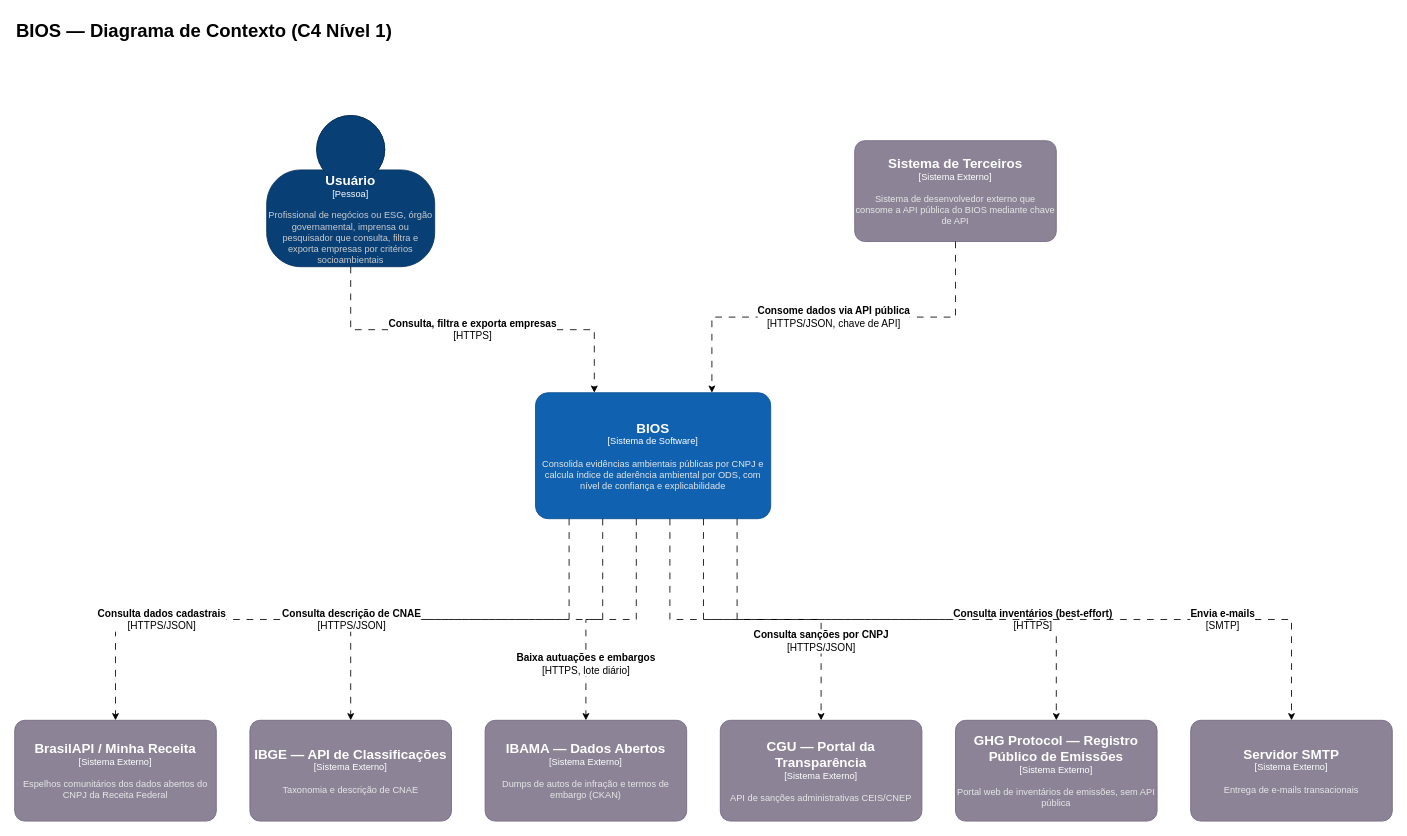
Earlier version of the draw.io diagram page "C4 - Nível 1 - Contexto" (1 of 2) of assets/diagrams/bios-c4-architecture.drawio (odavibatista/bios-docs). Source tidied: cells renumbered, new cells numbered last; positions are measured from the earlier drawing's top-left corner, leaving out a move shared by most shapes. Both pictures are drawn from the tidied source at 84%, with x=0, y=0 at pixel (14, 14).
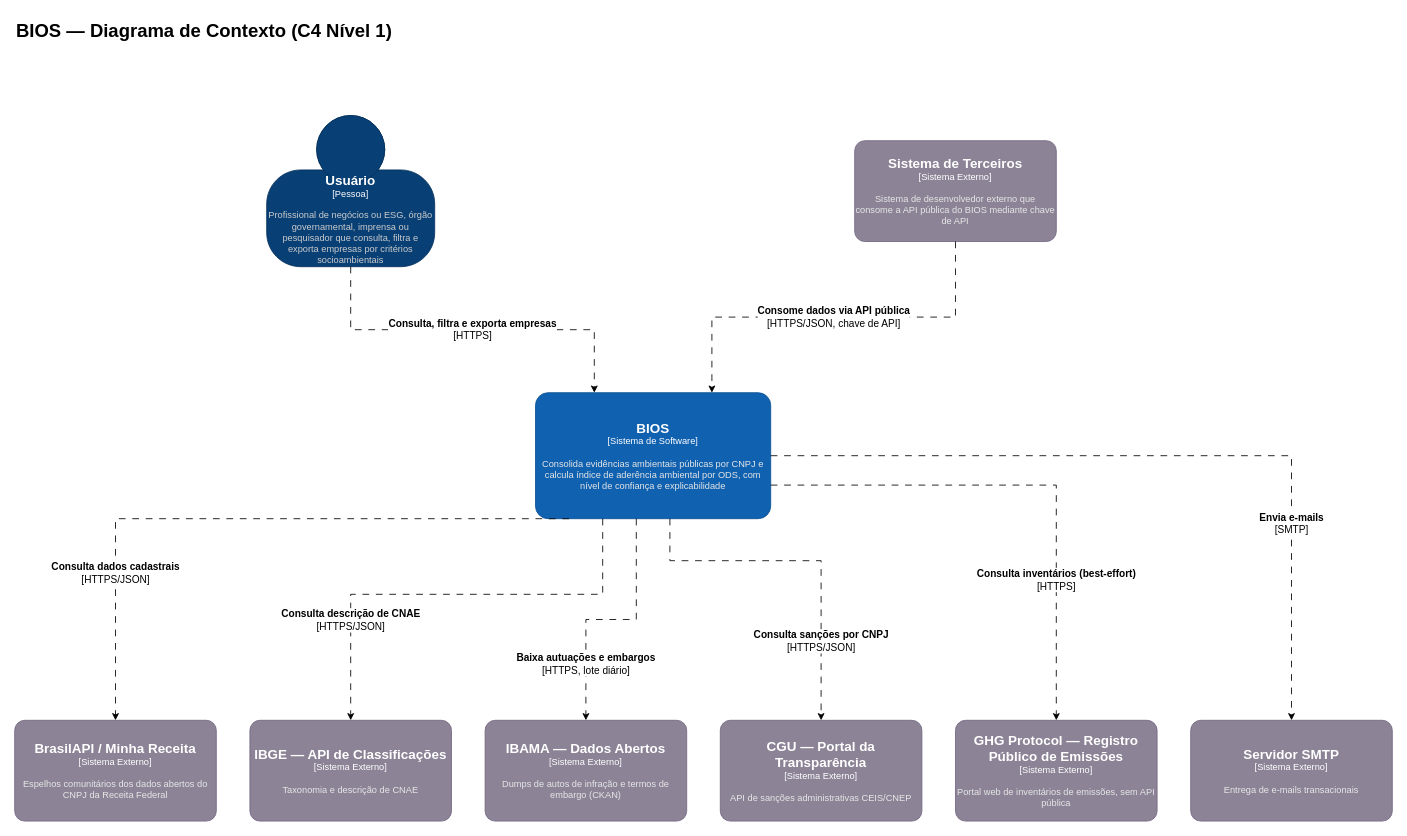
Above is the later version.

The change refers to these unchanged cells:
```xml
<object id="5" label="&lt;font style=&quot;font-size: 16px&quot;&gt;&lt;b&gt;%c4Name%&lt;/b&gt;&lt;/font&gt;&lt;div&gt;[%c4Type%]&lt;/div&gt;&lt;br&gt;&lt;div&gt;&lt;font style=&quot;font-size: 11px&quot;&gt;&lt;font color=&quot;#E6E6E6&quot;&gt;%c4Description%&lt;/font&gt;&lt;/div&gt;" c4Description="Consolida evidências ambientais públicas por CNPJ e calcula índice de aderência ambiental por ODS, com nível de confiança e explicabilidade" c4Name="BIOS" c4Type="Sistema de Software" placeholders="1">
  <mxCell style="rounded=1;whiteSpace=wrap;html=1;fontSize=11;labelBackgroundColor=none;fillColor=#1061B0;fontColor=#ffffff;align=center;arcSize=10;strokeColor=#0D5091;points=[[0.25,0,0],[0.5,0,0],[0.75,0,0],[1,0.25,0],[1,0.5,0],[1,0.75,0],[0.75,1,0],[0.5,1,0],[0.25,1,0],[0,0.75,0],[0,0.5,0],[0,0.25,0]];" parent="1" vertex="1">
    <mxGeometry x="620" y="450" width="280" height="150" as="geometry" />
  </mxCell>
</object>
<object id="6" label="&lt;font style=&quot;font-size: 16px&quot;&gt;&lt;b&gt;%c4Name%&lt;/b&gt;&lt;/font&gt;&lt;div&gt;[%c4Type%]&lt;/div&gt;&lt;br&gt;&lt;div&gt;&lt;font style=&quot;font-size: 11px&quot;&gt;&lt;font color=&quot;#E6E6E6&quot;&gt;%c4Description%&lt;/font&gt;&lt;/div&gt;" c4Description="Espelhos comunitários dos dados abertos do CNPJ da Receita Federal" c4Name="BrasilAPI / Minha Receita" c4Type="Sistema Externo" placeholders="1">
  <mxCell style="rounded=1;whiteSpace=wrap;html=1;fontSize=11;labelBackgroundColor=none;fillColor=#8C8496;fontColor=#ffffff;align=center;arcSize=10;strokeColor=#736782;points=[[0.25,0,0],[0.5,0,0],[0.75,0,0],[1,0.25,0],[1,0.5,0],[1,0.75,0],[0.75,1,0],[0.5,1,0],[0.25,1,0],[0,0.75,0],[0,0.5,0],[0,0.25,0]];" parent="1" vertex="1">
    <mxGeometry y="840" width="240" height="120" as="geometry" />
  </mxCell>
</object>
<object id="7" label="&lt;font style=&quot;font-size: 16px&quot;&gt;&lt;b&gt;%c4Name%&lt;/b&gt;&lt;/font&gt;&lt;div&gt;[%c4Type%]&lt;/div&gt;&lt;br&gt;&lt;div&gt;&lt;font style=&quot;font-size: 11px&quot;&gt;&lt;font color=&quot;#E6E6E6&quot;&gt;%c4Description%&lt;/font&gt;&lt;/div&gt;" c4Description="Taxonomia e descrição de CNAE" c4Name="IBGE — API de Classificações" c4Type="Sistema Externo" placeholders="1">
  <mxCell style="rounded=1;whiteSpace=wrap;html=1;fontSize=11;labelBackgroundColor=none;fillColor=#8C8496;fontColor=#ffffff;align=center;arcSize=10;strokeColor=#736782;points=[[0.25,0,0],[0.5,0,0],[0.75,0,0],[1,0.25,0],[1,0.5,0],[1,0.75,0],[0.75,1,0],[0.5,1,0],[0.25,1,0],[0,0.75,0],[0,0.5,0],[0,0.25,0]];" parent="1" vertex="1">
    <mxGeometry x="280" y="840" width="240" height="120" as="geometry" />
  </mxCell>
</object>
<object id="9" label="&lt;font style=&quot;font-size: 16px&quot;&gt;&lt;b&gt;%c4Name%&lt;/b&gt;&lt;/font&gt;&lt;div&gt;[%c4Type%]&lt;/div&gt;&lt;br&gt;&lt;div&gt;&lt;font style=&quot;font-size: 11px&quot;&gt;&lt;font color=&quot;#E6E6E6&quot;&gt;%c4Description%&lt;/font&gt;&lt;/div&gt;" c4Description="API de sanções administrativas CEIS/CNEP" c4Name="CGU — Portal da Transparência" c4Type="Sistema Externo" placeholders="1">
  <mxCell style="rounded=1;whiteSpace=wrap;html=1;fontSize=11;labelBackgroundColor=none;fillColor=#8C8496;fontColor=#ffffff;align=center;arcSize=10;strokeColor=#736782;points=[[0.25,0,0],[0.5,0,0],[0.75,0,0],[1,0.25,0],[1,0.5,0],[1,0.75,0],[0.75,1,0],[0.5,1,0],[0.25,1,0],[0,0.75,0],[0,0.5,0],[0,0.25,0]];" parent="1" vertex="1">
    <mxGeometry x="840" y="840" width="240" height="120" as="geometry" />
  </mxCell>
</object>
<object id="10" label="&lt;font style=&quot;font-size: 16px&quot;&gt;&lt;b&gt;%c4Name%&lt;/b&gt;&lt;/font&gt;&lt;div&gt;[%c4Type%]&lt;/div&gt;&lt;br&gt;&lt;div&gt;&lt;font style=&quot;font-size: 11px&quot;&gt;&lt;font color=&quot;#E6E6E6&quot;&gt;%c4Description%&lt;/font&gt;&lt;/div&gt;" c4Description="Portal web de inventários de emissões, sem API pública" c4Name="GHG Protocol — Registro Público de Emissões" c4Type="Sistema Externo" placeholders="1">
  <mxCell style="rounded=1;whiteSpace=wrap;html=1;fontSize=11;labelBackgroundColor=none;fillColor=#8C8496;fontColor=#ffffff;align=center;arcSize=10;strokeColor=#736782;points=[[0.25,0,0],[0.5,0,0],[0.75,0,0],[1,0.25,0],[1,0.5,0],[1,0.75,0],[0.75,1,0],[0.5,1,0],[0.25,1,0],[0,0.75,0],[0,0.5,0],[0,0.25,0]];" parent="1" vertex="1">
    <mxGeometry x="1120" y="840" width="240" height="120" as="geometry" />
  </mxCell>
</object>
<object id="11" label="&lt;font style=&quot;font-size: 16px&quot;&gt;&lt;b&gt;%c4Name%&lt;/b&gt;&lt;/font&gt;&lt;div&gt;[%c4Type%]&lt;/div&gt;&lt;br&gt;&lt;div&gt;&lt;font style=&quot;font-size: 11px&quot;&gt;&lt;font color=&quot;#E6E6E6&quot;&gt;%c4Description%&lt;/font&gt;&lt;/div&gt;" c4Description="Entrega de e-mails transacionais" c4Name="Servidor SMTP" c4Type="Sistema Externo" placeholders="1">
  <mxCell style="rounded=1;whiteSpace=wrap;html=1;fontSize=11;labelBackgroundColor=none;fillColor=#8C8496;fontColor=#ffffff;align=center;arcSize=10;strokeColor=#736782;points=[[0.25,0,0],[0.5,0,0],[0.75,0,0],[1,0.25,0],[1,0.5,0],[1,0.75,0],[0.75,1,0],[0.5,1,0],[0.25,1,0],[0,0.75,0],[0,0.5,0],[0,0.25,0]];" parent="1" vertex="1">
    <mxGeometry x="1400" y="840" width="240" height="120" as="geometry" />
  </mxCell>
</object>
```

Change to the diagram source:
```diff
@@
     <mxCell id="14" value="&lt;b&gt;Consulta dados cadastrais&lt;/b&gt;&lt;div&gt;[HTTPS/JSON]&lt;/div&gt;" style="edgeStyle=orthogonalEdgeStyle;rounded=0;jettySize=auto;html=1;dashed=1;dashPattern=8 8;fontSize=12;labelBackgroundColor=default;endArrow=classic;endFill=1;exitX=0.1429;exitY=1;exitDx=0;exitDy=0;entryX=0.5;entryY=0;entryDx=0;entryDy=0;" parent="1" edge="1" source="5" target="6">
-      <mxGeometry x="0.55" relative="1" as="geometry" />
+      <mxGeometry x="0.55" relative="1" as="geometry">
+        <Array as="points">
+          <mxPoint x="120" y="600" />
+        </Array>
+      </mxGeometry>
     </mxCell>
     <mxCell id="15" value="&lt;b&gt;Consulta descrição de CNAE&lt;/b&gt;&lt;div&gt;[HTTPS/JSON]&lt;/div&gt;" style="edgeStyle=orthogonalEdgeStyle;rounded=0;jettySize=auto;html=1;dashed=1;dashPattern=8 8;fontSize=12;labelBackgroundColor=default;endArrow=classic;endFill=1;exitX=0.2857;exitY=1;exitDx=0;exitDy=0;entryX=0.5;entryY=0;entryDx=0;entryDy=0;" parent="1" edge="1" source="5" target="7">
-      <mxGeometry x="0.55" relative="1" as="geometry" />
+      <mxGeometry x="0.56" relative="1" as="geometry">
+        <Array as="points">
+          <mxPoint x="700" y="690" />
+          <mxPoint x="400" y="690" />
+        </Array>
+      </mxGeometry>
     </mxCell>
@@
     <mxCell id="17" value="&lt;b&gt;Consulta sanções por CNPJ&lt;/b&gt;&lt;div&gt;[HTTPS/JSON]&lt;/div&gt;" style="edgeStyle=orthogonalEdgeStyle;rounded=0;jettySize=auto;html=1;dashed=1;dashPattern=8 8;fontSize=12;labelBackgroundColor=default;endArrow=classic;endFill=1;exitX=0.5714;exitY=1;exitDx=0;exitDy=0;entryX=0.5;entryY=0;entryDx=0;entryDy=0;" parent="1" edge="1" source="5" target="9">
-      <mxGeometry x="0.55" relative="1" as="geometry" />
+      <mxGeometry x="0.55" relative="1" as="geometry">
+        <Array as="points">
+          <mxPoint x="780" y="650" />
+          <mxPoint x="960" y="650" />
+        </Array>
+      </mxGeometry>
     </mxCell>
-    <mxCell id="18" value="&lt;b&gt;Consulta inventários (best-effort)&lt;/b&gt;&lt;div&gt;[HTTPS]&lt;/div&gt;" style="edgeStyle=orthogonalEdgeStyle;rounded=0;jettySize=auto;html=1;dashed=1;dashPattern=8 8;fontSize=12;labelBackgroundColor=default;endArrow=classic;endFill=1;exitX=0.7143;exitY=1;exitDx=0;exitDy=0;entryX=0.5;entryY=0;entryDx=0;entryDy=0;" parent="1" edge="1" source="5" target="10">
-      <mxGeometry x="0.55" relative="1" as="geometry" />
+    <mxCell id="18" value="&lt;b&gt;Consulta inventários (best-effort)&lt;/b&gt;&lt;div&gt;[HTTPS]&lt;/div&gt;" style="edgeStyle=orthogonalEdgeStyle;rounded=0;jettySize=auto;html=1;dashed=1;dashPattern=8 8;fontSize=12;labelBackgroundColor=default;endArrow=classic;endFill=1;entryX=0.5;entryY=0;entryDx=0;entryDy=0;" parent="1" edge="1" source="5" target="10">
+      <mxGeometry x="0.46" relative="1" as="geometry">
+        <Array as="points">
+          <mxPoint x="1240" y="560" />
+        </Array>
+      </mxGeometry>
     </mxCell>
-    <mxCell id="19" value="&lt;b&gt;Envia e-mails&lt;/b&gt;&lt;div&gt;[SMTP]&lt;/div&gt;" style="edgeStyle=orthogonalEdgeStyle;rounded=0;jettySize=auto;html=1;dashed=1;dashPattern=8 8;fontSize=12;labelBackgroundColor=default;endArrow=classic;endFill=1;exitX=0.8571;exitY=1;exitDx=0;exitDy=0;entryX=0.5;entryY=0;entryDx=0;entryDy=0;" parent="1" edge="1" source="5" target="11">
-      <mxGeometry x="0.55" relative="1" as="geometry" />
+    <mxCell id="19" value="&lt;b&gt;Envia e-mails&lt;/b&gt;&lt;div&gt;[SMTP]&lt;/div&gt;" style="edgeStyle=orthogonalEdgeStyle;rounded=0;jettySize=auto;html=1;dashed=1;dashPattern=8 8;fontSize=12;labelBackgroundColor=default;endArrow=classic;endFill=1;exitX=1;exitY=0.5;exitDx=0;exitDy=0;entryX=0.5;entryY=0;entryDx=0;entryDy=0;exitPerimeter=0;" parent="1" edge="1" source="5" target="11">
+      <mxGeometry x="0.5" relative="1" as="geometry">
+        <Array as="points">
+          <mxPoint x="1520" y="525" />
+        </Array>
+      </mxGeometry>
     </mxCell>
```
